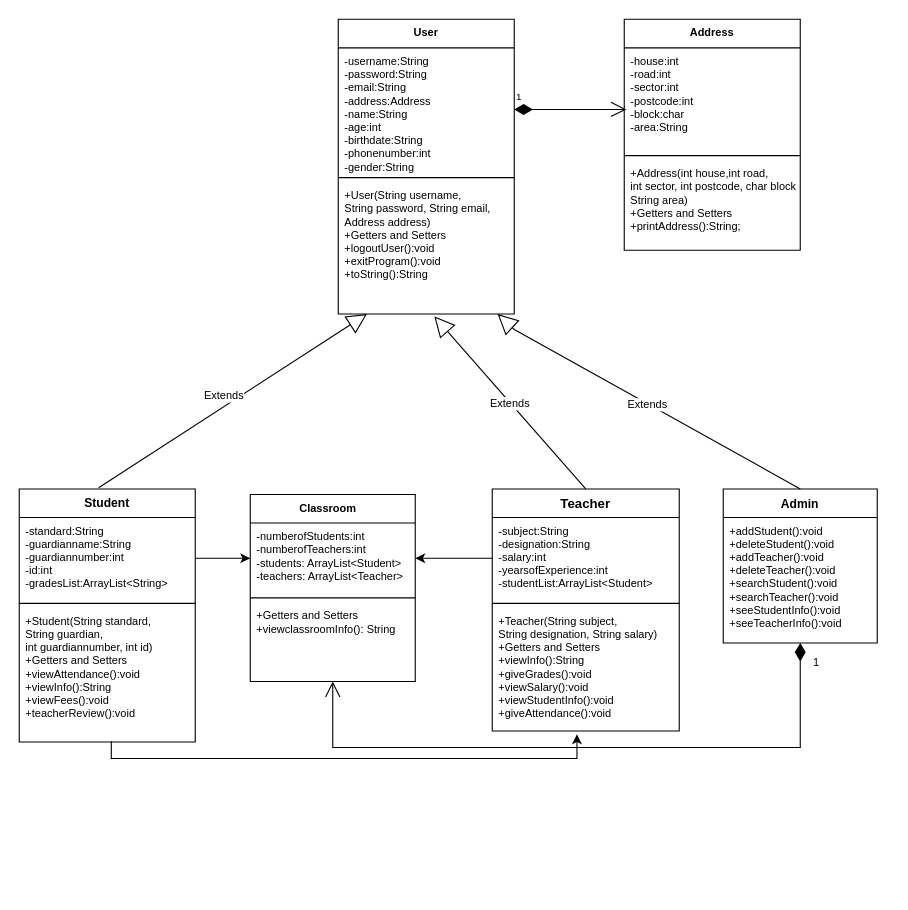
The draw.io diagram Project Design/UML Class Diagram Code.drawio in akifzahin/Java-School-Management-System, before the edit. Source tidied: cells renumbered, new cells numbered last; positions are measured from the earlier drawing's top-left corner, leaving out a move shared by most shapes. Both pictures are drawn from the tidied source at 110%, with x=0, y=0 at pixel (19, 19).
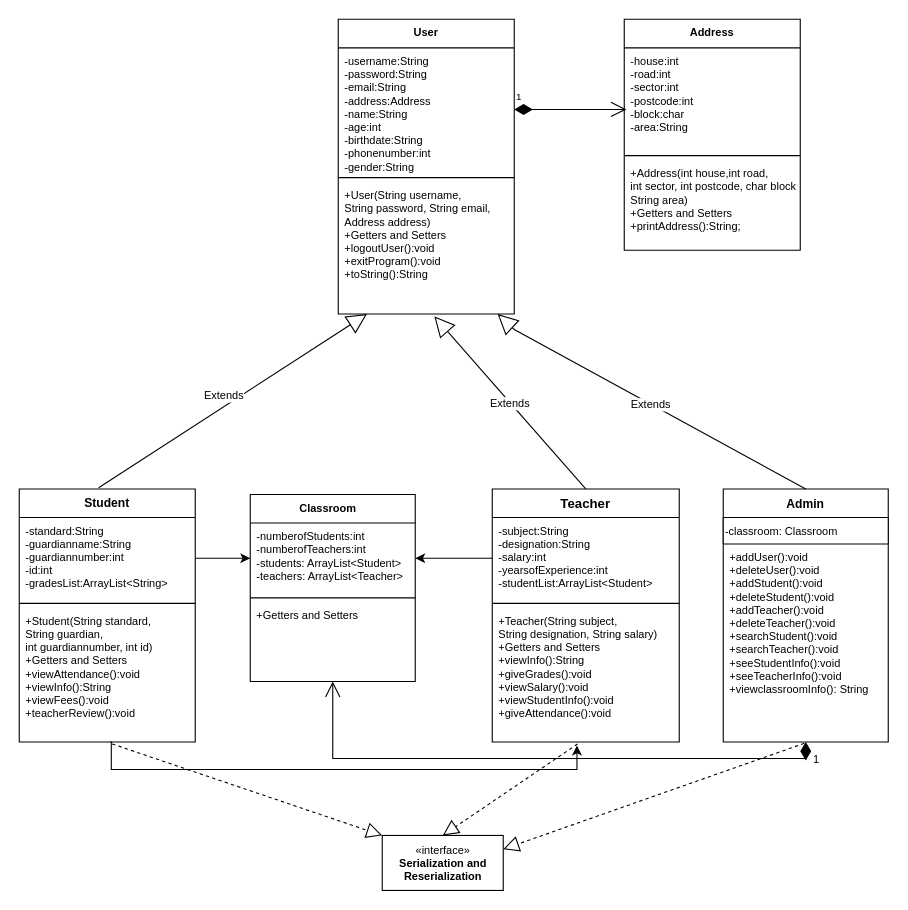
The same diagram, later.

The change refers to these unchanged cells:
```xml
<mxCell id="13" value="+Student(String standard,&#10;String guardian,&#10;int guardiannumber, int id)&#10;+Getters and Setters&#10;+viewAttendance():void&#10;+viewInfo():String&#10;+viewFees():void&#10;+teacherReview():void&#10;&#10;&#10;" style="text;strokeColor=none;fillColor=none;align=left;verticalAlign=top;spacingLeft=4;spacingRight=4;overflow=hidden;points=[[0,0.5],[1,0.5]];portConstraint=eastwest;fontSize=10;" parent="10" vertex="1">
  <mxGeometry y="108" width="160" height="122" as="geometry" />
</mxCell>
<mxCell id="23" value="Classroom   " style="swimlane;fontStyle=1;align=center;verticalAlign=top;horizontal=1;startSize=26;fontSize=10;" parent="1" vertex="1">
  <mxGeometry x="210" y="432" width="150" height="170" as="geometry" />
</mxCell>
```

The edit, as a diff of the source:
```diff
@@
     <mxCell id="14" value="Teacher" style="swimlane;fontStyle=1;align=center;verticalAlign=top;horizontal=1;startSize=26;fontSize=12;" parent="1" vertex="1">
-      <mxGeometry x="430" y="427" width="170" height="220" as="geometry" />
+      <mxGeometry x="430" y="427" width="170" height="230" as="geometry" />
     </mxCell>
@@
     <mxCell id="17" value="+Teacher(String subject, &#10;String designation, String salary)&#10;+Getters and Setters&#10;+viewInfo():String&#10;+giveGrades():void&#10;+viewSalary():void&#10;+viewStudentInfo():void&#10;+giveAttendance():void&#10;&#10;" style="text;strokeColor=none;fillColor=none;align=left;verticalAlign=top;spacingLeft=4;spacingRight=4;overflow=hidden;points=[[0,0.5],[1,0.5]];portConstraint=eastwest;fontSize=10;" parent="14" vertex="1">
-      <mxGeometry y="108" width="170" height="112" as="geometry" />
+      <mxGeometry y="108" width="170" height="122" as="geometry" />
     </mxCell>
@@
     <mxCell id="21" value="Admin" style="swimlane;fontStyle=1;horizontal=1;startSize=26;fillColor=none;labelBackgroundColor=default;fontSize=11;" parent="1" vertex="1">
-      <mxGeometry x="640" y="427" width="140" height="140" as="geometry" />
+      <mxGeometry x="640" y="427" width="150" height="230" as="geometry" />
     </mxCell>
+    <mxCell id="32" value="-classroom: Classroom" style="swimlane;fontStyle=0;align=left;verticalAlign=top;horizontal=1;startSize=26;fontSize=10;" parent="21" vertex="1">
+      <mxGeometry y="26" width="150" height="24" as="geometry" />
+    </mxCell>
-    <mxCell id="22" value="+addStudent():void&#10;+deleteStudent():void&#10;+addTeacher():void&#10;+deleteTeacher():void&#10;+searchStudent():void&#10;+searchTeacher():void&#10;+seeStudentInfo():void&#10;+seeTeacherInfo():void&#10;" style="text;strokeColor=none;fillColor=none;align=left;verticalAlign=top;spacingLeft=4;spacingRight=4;overflow=hidden;points=[[0,0.5],[1,0.5]];portConstraint=eastwest;labelBackgroundColor=default;fontSize=10;" parent="21" vertex="1">
-      <mxGeometry y="26" width="140" height="114" as="geometry" />
+    <mxCell id="22" value="+addUser():void&#10;+deleteUser():void&#10;+addStudent():void&#10;+deleteStudent():void&#10;+addTeacher():void&#10;+deleteTeacher():void&#10;+searchStudent():void&#10;+searchTeacher():void&#10;+seeStudentInfo():void&#10;+seeTeacherInfo():void&#10;+viewclassroomInfo(): String&#10;" style="text;strokeColor=none;fillColor=none;align=left;verticalAlign=top;spacingLeft=4;spacingRight=4;overflow=hidden;points=[[0,0.5],[1,0.5]];portConstraint=eastwest;labelBackgroundColor=default;fontSize=10;" parent="21" vertex="1">
+      <mxGeometry y="50" width="150" height="180" as="geometry" />
     </mxCell>
@@
-    <mxCell id="26" value="+Getters and Setters&#10;+viewclassroomInfo(): String" style="text;strokeColor=none;fillColor=none;align=left;verticalAlign=top;spacingLeft=4;spacingRight=4;overflow=hidden;points=[[0,0.5],[1,0.5]];portConstraint=eastwest;fontSize=10;" parent="23" vertex="1">
+    <mxCell id="26" value="+Getters and Setters&#10;" style="text;strokeColor=none;fillColor=none;align=left;verticalAlign=top;spacingLeft=4;spacingRight=4;overflow=hidden;points=[[0,0.5],[1,0.5]];portConstraint=eastwest;fontSize=10;" parent="23" vertex="1">
       <mxGeometry y="98" width="150" height="72" as="geometry" />
     </mxCell>
@@
     <mxCell id="30" value="1" style="endArrow=open;html=1;endSize=12;startArrow=diamondThin;startSize=14;startFill=1;align=left;verticalAlign=bottom;rounded=0;fontSize=10;edgeStyle=elbowEdgeStyle;" parent="1" edge="1" source="22" target="26">
-      <mxGeometry x="-0.91" y="10" relative="1" as="geometry">
+      <mxGeometry x="-0.94" y="11" relative="1" as="geometry">
         <Array as="points">
+          <mxPoint x="560" y="672" />
           <mxPoint x="410" y="662" />
         </Array>
+        <mxPoint x="5" y="-1" as="offset" />
       </mxGeometry>
     </mxCell>
     <mxCell id="31" style="edgeStyle=elbowEdgeStyle;rounded=0;jettySize=auto;html=1;fontSize=10;entryX=0.453;entryY=1.027;entryDx=0;entryDy=0;entryPerimeter=0;exitX=0.523;exitY=0.995;exitDx=0;exitDy=0;exitPerimeter=0;" parent="1" edge="1" source="13" target="17">
       <mxGeometry relative="1" as="geometry">
         <Array as="points">
+          <mxPoint x="480" y="682" />
           <mxPoint x="190" y="672" />
           <mxPoint x="200" y="732" />
         </Array>
       </mxGeometry>
     </mxCell>
+    <mxCell id="33" style="endArrow=block;dashed=1;endFill=0;endSize=12;html=1;rounded=0;fontSize=10;exitX=0.528;exitY=1.015;exitDx=0;exitDy=0;exitPerimeter=0;entryX=0;entryY=0;entryDx=0;entryDy=0;" parent="1" edge="1" source="13" target="36">
+      <mxGeometry relative="1" as="geometry" />
+    </mxCell>
+    <mxCell id="34" style="endArrow=block;dashed=1;endFill=0;endSize=12;html=1;rounded=0;fontSize=10;exitX=0.491;exitY=1.007;exitDx=0;exitDy=0;exitPerimeter=0;entryX=1;entryY=0.25;entryDx=0;entryDy=0;" parent="1" edge="1" source="22" target="36">
+      <mxGeometry relative="1" as="geometry" />
+    </mxCell>
+    <mxCell id="35" style="endArrow=block;dashed=1;endFill=0;endSize=12;html=1;rounded=0;fontSize=10;exitX=0.456;exitY=1.015;exitDx=0;exitDy=0;exitPerimeter=0;entryX=0.5;entryY=0;entryDx=0;entryDy=0;" parent="1" edge="1" source="17" target="36">
+      <mxGeometry relative="1" as="geometry" />
+    </mxCell>
+    <mxCell id="36" value="«interface»&lt;br&gt;&lt;b&gt;Serialization and &lt;br&gt;Reserialization&lt;/b&gt;" style="html=1;fontSize=10;" parent="1" vertex="1">
+      <mxGeometry x="330" y="742" width="110" height="50" as="geometry" />
+    </mxCell>
```
